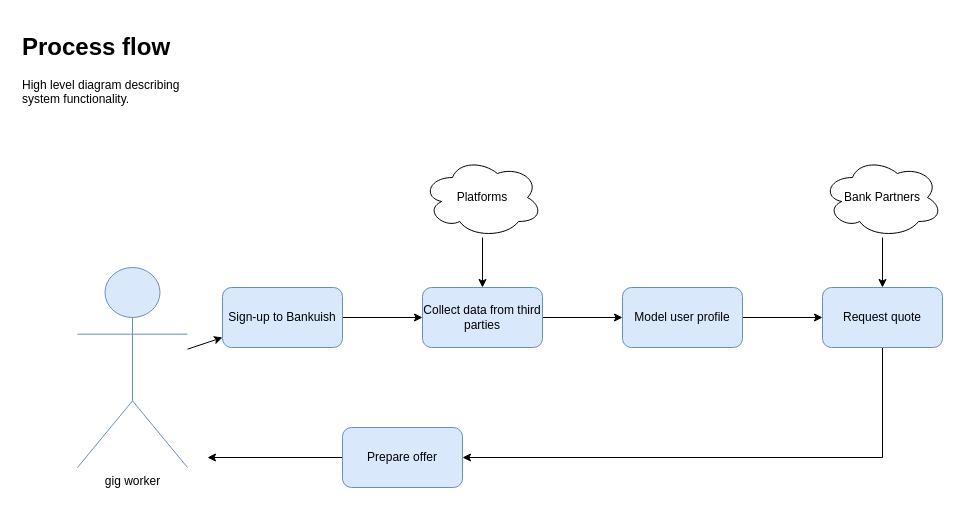
The draw.io diagram page "Process flow" (1 of 7) of Bankuish C4.drawio in tomasmaroscikas/78ce3649b82c17ac6cf292412ebbdc11, before the edit. Source tidied: cells renumbered, new cells numbered last; positions are measured from the earlier drawing's top-left corner, leaving out a move shared by most shapes. Both pictures are drawn from the tidied source at 100%, with x=0, y=0 at pixel (17, 27).
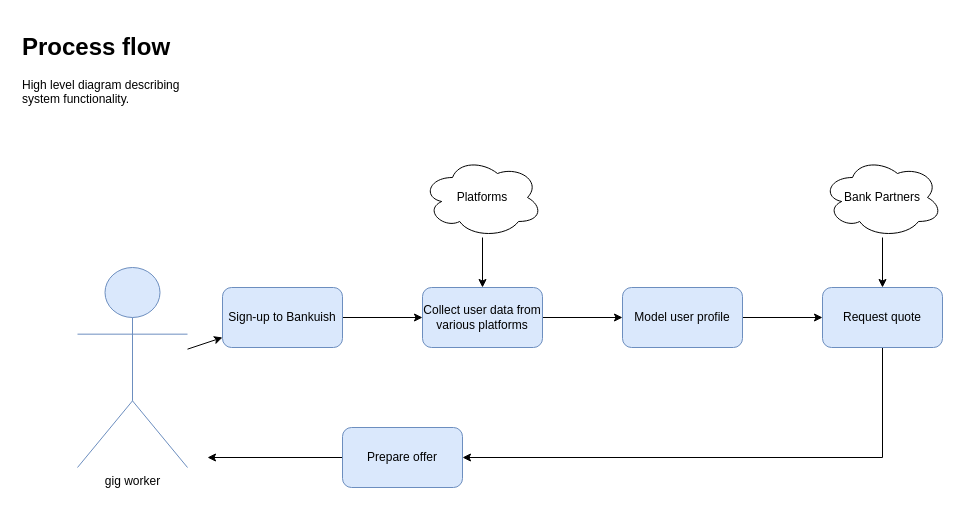
The same diagram, later.

Commit message:
feat: Updated step title in process flow

Diff of the diagram source:
```diff
@@
-    <mxCell id="7" value="Collect data from third parties" style="whiteSpace=wrap;html=1;rounded=1;fillColor=#dae8fc;strokeColor=#6c8ebf;" parent="1" vertex="1">
+    <mxCell id="7" value="Collect user data from various platforms" style="whiteSpace=wrap;html=1;rounded=1;fillColor=#dae8fc;strokeColor=#6c8ebf;" parent="1" vertex="1">
       <mxGeometry x="405" y="260" width="120" height="60" as="geometry" />
     </mxCell>
```
